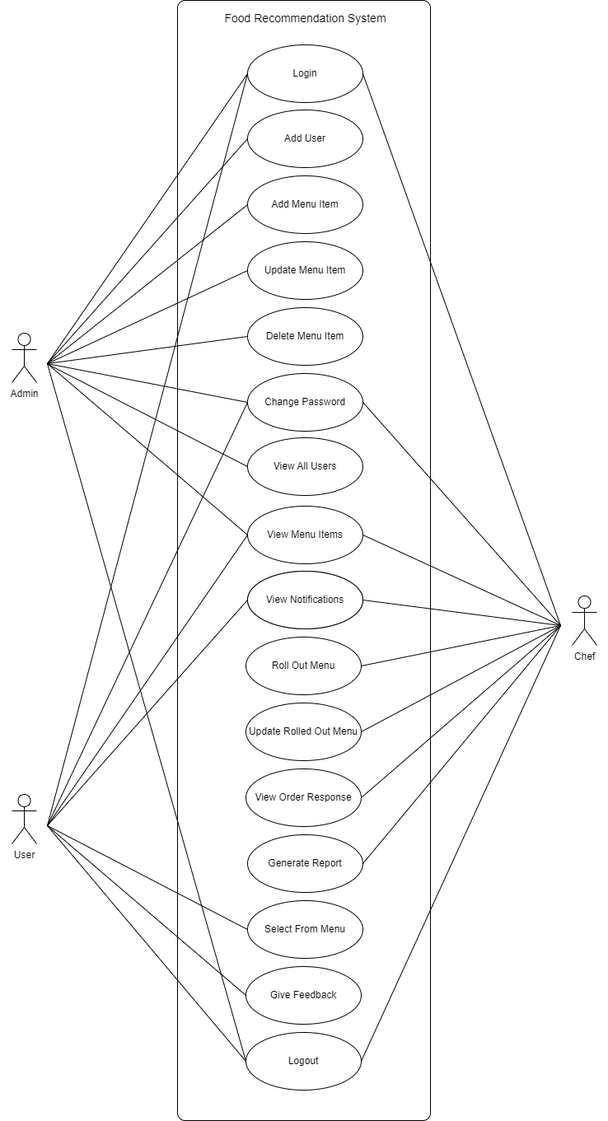
Earlier version of the draw.io export diagrams/UseCase_Cafeteria.drawio.png (ShrinathKorajkar/Cafeteria-Recommendation-Engine). Source tidied: cells renumbered, new cells last; positions are measured from the earlier drawing's top-left corner, leaving out a move shared by most shapes.
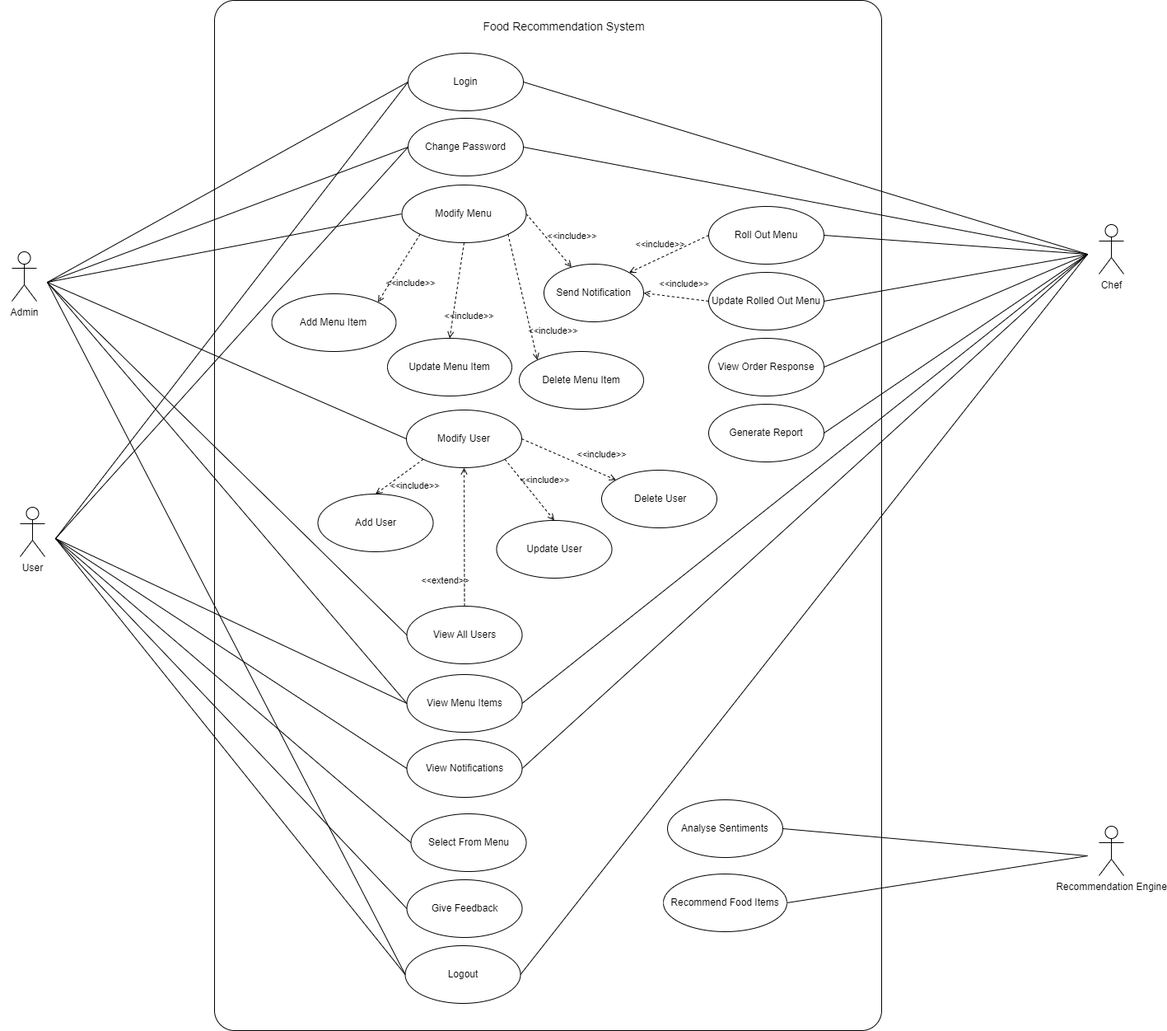
Above is the later version.

Commit message:
Added class diagram and modified use case

What changed in the source:
```diff
@@ -3,52 +3,32 @@
     <mxCell id="0" />
     <mxCell id="1" parent="0" />
     <mxCell id="2" style="rounded=1;whiteSpace=wrap;html=1;gradientColor=none;arcSize=3;imageHeight=24;" parent="1" vertex="1">
-      <mxGeometry x="215" width="307" height="1360" as="geometry" />
+      <mxGeometry x="260" y="-17" width="810" height="1250" as="geometry" />
     </mxCell>
-    <mxCell id="3" value="Add User" style="ellipse;whiteSpace=wrap;html=1;" parent="1" vertex="1">
-      <mxGeometry x="300" y="133" width="140" height="70" as="geometry" />
+    <mxCell id="3" value="Modify User" style="ellipse;whiteSpace=wrap;html=1;" parent="1" vertex="1">
+      <mxGeometry x="493" y="480" width="140" height="70" as="geometry" />
     </mxCell>
-    <mxCell id="4" style="endArrow=none;startArrow=none;endFill=0;startFill=0;endSize=8;html=1;verticalAlign=bottom;labelBackgroundColor=none;strokeWidth=1;rounded=0;entryX=0;entryY=0.5;entryDx=0;entryDy=0;exitX=1;exitY=0.5;exitDx=0;exitDy=0;" parent="1" edge="1" source="40">
-      <mxGeometry relative="1" as="geometry">
-        <mxPoint x="300" y="89" as="targetPoint" />
-      </mxGeometry>
+    <mxCell id="4" style="endArrow=none;startArrow=none;endFill=0;startFill=0;endSize=8;html=1;verticalAlign=bottom;labelBackgroundColor=none;strokeWidth=1;rounded=0;exitX=1;exitY=0.5;exitDx=0;exitDy=0;entryX=0;entryY=0.5;entryDx=0;entryDy=0;" parent="1" edge="1" source="40" target="11">
+      <mxGeometry relative="1" as="geometry" />
     </mxCell>
-    <mxCell id="5" value="Food Recommendation System" style="text;html=1;align=center;verticalAlign=middle;strokeColor=none;fillColor=none;fontStyle=0;fontSize=14;" parent="1" vertex="1">
-      <mxGeometry x="260" y="7" width="220" height="30" as="geometry" />
-    </mxCell>
-    <mxCell id="6" value="Add Menu Item" style="ellipse;whiteSpace=wrap;html=1;" parent="1" vertex="1">
-      <mxGeometry x="300" y="213" width="140" height="70" as="geometry" />
-    </mxCell>
-    <mxCell id="7" value="Update Menu Item" style="ellipse;whiteSpace=wrap;html=1;" parent="1" vertex="1">
-      <mxGeometry x="300" y="293" width="140" height="70" as="geometry" />
-    </mxCell>
-    <mxCell id="8" value="&amp;nbsp;Delete Menu Item&amp;nbsp;" style="ellipse;whiteSpace=wrap;html=1;" parent="1" vertex="1">
-      <mxGeometry x="300" y="373" width="140" height="70" as="geometry" />
-    </mxCell>
     <mxCell id="9" value="Change Password" style="ellipse;whiteSpace=wrap;html=1;" parent="1" vertex="1">
-      <mxGeometry x="300" y="453" width="140" height="70" as="geometry" />
+      <mxGeometry x="495" y="126" width="140" height="70" as="geometry" />
     </mxCell>
     <mxCell id="10" value="View All Users" style="ellipse;whiteSpace=wrap;html=1;" parent="1" vertex="1">
-      <mxGeometry x="300" y="531" width="140" height="70" as="geometry" />
+      <mxGeometry x="493.5" y="718" width="140" height="70" as="geometry" />
     </mxCell>
     <mxCell id="11" value="Login" style="ellipse;whiteSpace=wrap;html=1;" parent="1" vertex="1">
-      <mxGeometry x="300" y="54" width="140" height="70" as="geometry" />
+      <mxGeometry x="495" y="47" width="140" height="70" as="geometry" />
     </mxCell>
     <mxCell id="12" value="View Menu Items" style="ellipse;whiteSpace=wrap;html=1;" parent="1" vertex="1">
-      <mxGeometry x="300" y="614" width="140" height="70" as="geometry" />
+      <mxGeometry x="493.5" y="801" width="140" height="70" as="geometry" />
     </mxCell>
     <mxCell id="13" style="endArrow=none;startArrow=none;endFill=0;startFill=0;endSize=8;html=1;verticalAlign=bottom;labelBackgroundColor=none;strokeWidth=1;rounded=0;entryX=0;entryY=0.5;entryDx=0;entryDy=0;exitX=1;exitY=0.5;exitDx=0;exitDy=0;" parent="1" edge="1" source="40" target="3">
       <mxGeometry relative="1" as="geometry" />
     </mxCell>
-    <mxCell id="14" style="endArrow=none;startArrow=none;endFill=0;startFill=0;endSize=8;html=1;verticalAlign=bottom;labelBackgroundColor=none;strokeWidth=1;rounded=0;entryX=0;entryY=0.5;entryDx=0;entryDy=0;exitX=1;exitY=0.5;exitDx=0;exitDy=0;" parent="1" edge="1" source="40" target="6">
+    <mxCell id="14" style="endArrow=none;startArrow=none;endFill=0;startFill=0;endSize=8;html=1;verticalAlign=bottom;labelBackgroundColor=none;strokeWidth=1;rounded=0;entryX=0;entryY=0.5;entryDx=0;entryDy=0;exitX=1;exitY=0.5;exitDx=0;exitDy=0;" parent="1" edge="1" source="40" target="58">
       <mxGeometry relative="1" as="geometry" />
     </mxCell>
-    <mxCell id="15" style="endArrow=none;startArrow=none;endFill=0;startFill=0;endSize=8;html=1;verticalAlign=bottom;labelBackgroundColor=none;strokeWidth=1;rounded=0;entryX=0;entryY=0.5;entryDx=0;entryDy=0;exitX=1;exitY=0.5;exitDx=0;exitDy=0;" parent="1" edge="1" source="40" target="7">
-      <mxGeometry relative="1" as="geometry" />
-    </mxCell>
-    <mxCell id="16" style="endArrow=none;startArrow=none;endFill=0;startFill=0;endSize=8;html=1;verticalAlign=bottom;labelBackgroundColor=none;strokeWidth=1;rounded=0;entryX=0;entryY=0.5;entryDx=0;entryDy=0;exitX=1;exitY=0.5;exitDx=0;exitDy=0;" parent="1" edge="1" source="40" target="8">
-      <mxGeometry relative="1" as="geometry" />
-    </mxCell>
     <mxCell id="17" style="endArrow=none;startArrow=none;endFill=0;startFill=0;endSize=8;html=1;verticalAlign=bottom;labelBackgroundColor=none;strokeWidth=1;rounded=0;entryX=0;entryY=0.5;entryDx=0;entryDy=0;exitX=1;exitY=0.5;exitDx=0;exitDy=0;" parent="1" edge="1" source="40" target="9">
       <mxGeometry relative="1" as="geometry" />
     </mxCell>
@@ -70,32 +50,29 @@
     <mxCell id="23" style="endArrow=none;startArrow=none;endFill=0;startFill=0;endSize=8;html=1;verticalAlign=bottom;labelBackgroundColor=none;strokeWidth=1;rounded=0;entryX=0;entryY=0.5;entryDx=0;entryDy=0;exitX=1;exitY=0.5;exitDx=0;exitDy=0;" parent="1" edge="1" source="9" target="46">
       <mxGeometry relative="1" as="geometry" />
     </mxCell>
-    <mxCell id="24" value="View Menu Items" style="ellipse;whiteSpace=wrap;html=1;" parent="1" vertex="1">
-      <mxGeometry x="300" y="693" width="140" height="70" as="geometry" />
-    </mxCell>
     <mxCell id="25" value="Roll Out Menu" style="ellipse;whiteSpace=wrap;html=1;" parent="1" vertex="1">
-      <mxGeometry x="298" y="773" width="140" height="70" as="geometry" />
+      <mxGeometry x="860" y="233" width="140" height="70" as="geometry" />
     </mxCell>
     <mxCell id="26" value="View Notifications" style="ellipse;whiteSpace=wrap;html=1;" parent="1" vertex="1">
-      <mxGeometry x="300" y="693" width="140" height="70" as="geometry" />
+      <mxGeometry x="493.5" y="880" width="140" height="70" as="geometry" />
     </mxCell>
     <mxCell id="27" value="Update Rolled Out Menu" style="ellipse;whiteSpace=wrap;html=1;" parent="1" vertex="1">
-      <mxGeometry x="298" y="853" width="140" height="70" as="geometry" />
+      <mxGeometry x="860" y="313" width="140" height="70" as="geometry" />
     </mxCell>
     <mxCell id="28" value="View Order Response" style="ellipse;whiteSpace=wrap;html=1;" parent="1" vertex="1">
-      <mxGeometry x="298" y="933" width="140" height="70" as="geometry" />
+      <mxGeometry x="860" y="393" width="140" height="70" as="geometry" />
     </mxCell>
     <mxCell id="29" value="Generate Report" style="ellipse;whiteSpace=wrap;html=1;" parent="1" vertex="1">
-      <mxGeometry x="300" y="1013" width="140" height="70" as="geometry" />
+      <mxGeometry x="860" y="473" width="140" height="70" as="geometry" />
     </mxCell>
     <mxCell id="30" value="Select From Menu" style="ellipse;whiteSpace=wrap;html=1;" parent="1" vertex="1">
-      <mxGeometry x="300" y="1093" width="140" height="70" as="geometry" />
+      <mxGeometry x="498.5" y="970" width="140" height="70" as="geometry" />
     </mxCell>
     <mxCell id="31" value="Give Feedback" style="ellipse;whiteSpace=wrap;html=1;" parent="1" vertex="1">
-      <mxGeometry x="298" y="1173" width="140" height="70" as="geometry" />
+      <mxGeometry x="493.5" y="1050" width="140" height="70" as="geometry" />
     </mxCell>
     <mxCell id="32" value="Logout" style="ellipse;whiteSpace=wrap;html=1;" parent="1" vertex="1">
-      <mxGeometry x="298" y="1253" width="140" height="70" as="geometry" />
+      <mxGeometry x="491.5" y="1130" width="140" height="70" as="geometry" />
     </mxCell>
     <mxCell id="33" style="endArrow=none;startArrow=none;endFill=0;startFill=0;endSize=8;html=1;verticalAlign=bottom;labelBackgroundColor=none;strokeWidth=1;rounded=0;exitX=1;exitY=0.5;exitDx=0;exitDy=0;entryX=0;entryY=0.5;entryDx=0;entryDy=0;" parent="1" edge="1" source="12" target="46">
       <mxGeometry relative="1" as="geometry" />
@@ -113,7 +90,7 @@
       <mxGeometry relative="1" as="geometry" />
     </mxCell>
     <mxCell id="38" style="group;" parent="1" vertex="1">
-      <mxGeometry y="393" width="57" height="96" as="geometry" />
+      <mxGeometry y="277" width="57" height="96" as="geometry" />
     </mxCell>
     <mxCell id="39" value="Admin" style="shape=umlActor;verticalLabelPosition=bottom;verticalAlign=top;html=1;" parent="38" vertex="1">
       <mxGeometry x="14" y="11" width="30" height="60" as="geometry" />
@@ -122,7 +99,7 @@
       <mxGeometry width="57" height="96" as="geometry" />
     </mxCell>
     <mxCell id="41" style="group;" parent="1" vertex="1">
-      <mxGeometry y="954" width="57" height="96" as="geometry" />
+      <mxGeometry x="10" y="588" width="57" height="96" as="geometry" />
     </mxCell>
     <mxCell id="42" value="User" style="shape=umlActor;verticalLabelPosition=bottom;verticalAlign=top;html=1;" parent="41" vertex="1">
       <mxGeometry x="14" y="10" width="30" height="60" as="geometry" />
@@ -131,7 +108,7 @@
       <mxGeometry width="57" height="96" as="geometry" />
     </mxCell>
     <mxCell id="44" style="group;" parent="1" vertex="1">
-      <mxGeometry x="680" y="711" width="57" height="96" as="geometry" />
+      <mxGeometry x="1320" y="243" width="57" height="96" as="geometry" />
     </mxCell>
     <mxCell id="45" value="Chef" style="shape=umlActor;verticalLabelPosition=bottom;verticalAlign=top;html=1;" parent="44" vertex="1">
       <mxGeometry x="14" y="12" width="30" height="60" as="geometry" />
@@ -163,5 +140,87 @@
     <mxCell id="54" style="endArrow=none;startArrow=none;endFill=0;startFill=0;endSize=8;html=1;verticalAlign=bottom;labelBackgroundColor=none;strokeWidth=1;rounded=0;entryX=0;entryY=0.5;entryDx=0;entryDy=0;exitX=1;exitY=0.5;exitDx=0;exitDy=0;" parent="1" edge="1" source="32" target="46">
       <mxGeometry relative="1" as="geometry" />
     </mxCell>
+    <mxCell id="55" value="&amp;nbsp;Delete User" style="ellipse;whiteSpace=wrap;html=1;" parent="1" vertex="1">
+      <mxGeometry x="730" y="553" width="140" height="70" as="geometry" />
+    </mxCell>
+    <mxCell id="56" value="Update User" style="ellipse;whiteSpace=wrap;html=1;" parent="1" vertex="1">
+      <mxGeometry x="602.5" y="614" width="140" height="70" as="geometry" />
+    </mxCell>
+    <mxCell id="57" value="Add User" style="ellipse;whiteSpace=wrap;html=1;" parent="1" vertex="1">
+      <mxGeometry x="385.5" y="582" width="140" height="70" as="geometry" />
+    </mxCell>
+    <mxCell id="5" value="Food Recommendation System" style="text;html=1;align=center;verticalAlign=middle;strokeColor=none;fillColor=none;fontStyle=0;fontSize=14;" parent="1" vertex="1">
+      <mxGeometry x="573.8" width="220" height="30" as="geometry" />
+    </mxCell>
+    <mxCell id="8" value="&amp;nbsp;Delete Menu Item&amp;nbsp;" style="ellipse;whiteSpace=wrap;html=1;" parent="1" vertex="1">
+      <mxGeometry x="630" y="409" width="151" height="70" as="geometry" />
+    </mxCell>
+    <mxCell id="7" value="Update Menu Item" style="ellipse;whiteSpace=wrap;html=1;" parent="1" vertex="1">
+      <mxGeometry x="470" y="393" width="151" height="70" as="geometry" />
+    </mxCell>
+    <mxCell id="6" value="Add Menu Item" style="ellipse;whiteSpace=wrap;html=1;" parent="1" vertex="1">
+      <mxGeometry x="329.5" y="339" width="151" height="70" as="geometry" />
+    </mxCell>
+    <mxCell id="58" value="Modify Menu" style="ellipse;whiteSpace=wrap;html=1;" parent="1" vertex="1">
+      <mxGeometry x="487.5" y="207" width="151" height="70" as="geometry" />
+    </mxCell>
+    <mxCell id="59" value="&amp;lt;&amp;lt;include&amp;gt;&amp;gt;" style="html=1;verticalAlign=bottom;labelBackgroundColor=none;endArrow=open;endFill=0;dashed=1;rounded=0;exitX=1;exitY=1;exitDx=0;exitDy=0;entryX=0;entryY=0;entryDx=0;entryDy=0;" parent="1" edge="1" source="58" target="8">
+      <mxGeometry x="0.71" y="24" relative="1" as="geometry">
+        <mxPoint x="1" y="1" as="offset" />
+      </mxGeometry>
+    </mxCell>
+    <mxCell id="60" value="&amp;lt;&amp;lt;include&amp;gt;&amp;gt;" style="html=1;verticalAlign=bottom;labelBackgroundColor=none;endArrow=open;endFill=0;dashed=1;rounded=0;exitX=0.5;exitY=1;exitDx=0;exitDy=0;entryX=0.5;entryY=0;entryDx=0;entryDy=0;" parent="1" edge="1" source="58" target="7">
+      <mxGeometry x="0.66" y="21" relative="1" as="geometry" />
+    </mxCell>
+    <mxCell id="61" value="&amp;lt;&amp;lt;include&amp;gt;&amp;gt;" style="html=1;verticalAlign=bottom;labelBackgroundColor=none;endArrow=open;endFill=0;dashed=1;rounded=0;exitX=0;exitY=1;exitDx=0;exitDy=0;entryX=1;entryY=0;entryDx=0;entryDy=0;" parent="1" edge="1" source="58" target="6">
+      <mxGeometry x="0.32" y="26" relative="1" as="geometry" />
+    </mxCell>
+    <mxCell id="62" value="&amp;lt;&amp;lt;include&amp;gt;&amp;gt;" style="html=1;verticalAlign=bottom;labelBackgroundColor=none;endArrow=open;endFill=0;dashed=1;rounded=0;exitX=1;exitY=1;exitDx=0;exitDy=0;entryX=0.5;entryY=0;entryDx=0;entryDy=0;" parent="1" edge="1" source="3" target="56">
+      <mxGeometry x="0.23" y="17" relative="1" as="geometry">
+        <mxPoint x="-1" as="offset" />
+      </mxGeometry>
+    </mxCell>
+    <mxCell id="63" value="&amp;lt;&amp;lt;include&amp;gt;&amp;gt;" style="html=1;verticalAlign=bottom;labelBackgroundColor=none;endArrow=open;endFill=0;dashed=1;rounded=0;exitX=1;exitY=0.5;exitDx=0;exitDy=0;" parent="1" edge="1" source="3" target="55">
+      <mxGeometry x="0.61" y="13" relative="1" as="geometry" />
+    </mxCell>
+    <mxCell id="64" value="&amp;lt;&amp;lt;include&amp;gt;&amp;gt;" style="html=1;verticalAlign=bottom;labelBackgroundColor=none;endArrow=open;endFill=0;dashed=1;rounded=0;exitX=0;exitY=1;exitDx=0;exitDy=0;entryX=0.5;entryY=0;entryDx=0;entryDy=0;" parent="1" edge="1" source="3" target="57">
+      <mxGeometry x="-0.08" y="27" relative="1" as="geometry" />
+    </mxCell>
+    <mxCell id="65" value="&amp;lt;&amp;lt;extend&amp;gt;&amp;gt;" style="html=1;verticalAlign=bottom;labelBackgroundColor=none;endArrow=open;endFill=0;dashed=1;rounded=0;exitX=0.5;exitY=0;exitDx=0;exitDy=0;entryX=0.5;entryY=1;entryDx=0;entryDy=0;" parent="1" edge="1" source="10" target="3">
+      <mxGeometry x="-0.75" y="23" relative="1" as="geometry" />
+    </mxCell>
+    <mxCell id="66" style="group;" parent="1" vertex="1">
+      <mxGeometry x="1320" y="973" width="57" height="96" as="geometry" />
+    </mxCell>
+    <mxCell id="67" style="whiteSpace=wrap;html=1;verticalAlign=top;glass=0;opacity=0;" parent="66" vertex="1">
+      <mxGeometry width="57" height="96" as="geometry" />
+    </mxCell>
+    <mxCell id="68" value="Recommendation Engine" style="shape=umlActor;verticalLabelPosition=bottom;verticalAlign=top;html=1;" parent="66" vertex="1">
+      <mxGeometry x="14" y="12" width="30" height="60" as="geometry" />
+    </mxCell>
+    <mxCell id="69" value="Analyse Sentiments" style="ellipse;whiteSpace=wrap;html=1;" parent="1" vertex="1">
+      <mxGeometry x="810" y="953" width="140" height="70" as="geometry" />
+    </mxCell>
+    <mxCell id="70" value="Recommend Food Items" style="ellipse;whiteSpace=wrap;html=1;" parent="1" vertex="1">
+      <mxGeometry x="805" y="1043" width="150" height="70" as="geometry" />
+    </mxCell>
+    <mxCell id="71" style="endArrow=none;startArrow=none;endFill=0;startFill=0;endSize=8;html=1;verticalAlign=bottom;labelBackgroundColor=none;strokeWidth=1;rounded=0;entryX=0;entryY=0.5;entryDx=0;entryDy=0;exitX=1;exitY=0.5;exitDx=0;exitDy=0;" parent="1" edge="1" source="69" target="67">
+      <mxGeometry relative="1" as="geometry" />
+    </mxCell>
+    <mxCell id="72" style="endArrow=none;startArrow=none;endFill=0;startFill=0;endSize=8;html=1;verticalAlign=bottom;labelBackgroundColor=none;strokeWidth=1;rounded=0;entryX=0;entryY=0.5;entryDx=0;entryDy=0;exitX=1;exitY=0.5;exitDx=0;exitDy=0;" parent="1" edge="1" source="70" target="67">
+      <mxGeometry relative="1" as="geometry" />
+    </mxCell>
+    <mxCell id="73" value="Send Notification" style="ellipse;whiteSpace=wrap;html=1;" parent="1" vertex="1">
+      <mxGeometry x="660" y="303" width="121" height="70" as="geometry" />
+    </mxCell>
+    <mxCell id="74" value="&amp;lt;&amp;lt;include&amp;gt;&amp;gt;" style="html=1;verticalAlign=bottom;labelBackgroundColor=none;endArrow=open;endFill=0;dashed=1;rounded=0;exitX=1;exitY=0.5;exitDx=0;exitDy=0;" parent="1" edge="1" source="58" target="73">
+      <mxGeometry x="0.5" y="19" relative="1" as="geometry" />
+    </mxCell>
+    <mxCell id="75" value="&amp;lt;&amp;lt;include&amp;gt;&amp;gt;" style="html=1;verticalAlign=bottom;labelBackgroundColor=none;endArrow=open;endFill=0;dashed=1;rounded=0;exitX=0;exitY=0.5;exitDx=0;exitDy=0;entryX=1;entryY=0;entryDx=0;entryDy=0;" parent="1" edge="1" source="25" target="73">
+      <mxGeometry x="0.17" y="-7" relative="1" as="geometry" />
+    </mxCell>
+    <mxCell id="76" value="&amp;lt;&amp;lt;include&amp;gt;&amp;gt;" style="html=1;verticalAlign=bottom;labelBackgroundColor=none;endArrow=open;endFill=0;dashed=1;rounded=0;exitX=0;exitY=0.5;exitDx=0;exitDy=0;entryX=1;entryY=0.5;entryDx=0;entryDy=0;" parent="1" edge="1" source="27" target="73">
+      <mxGeometry x="-0.24" y="-8" relative="1" as="geometry" />
+    </mxCell>
   </root>
 </mxGraphModel>
```
